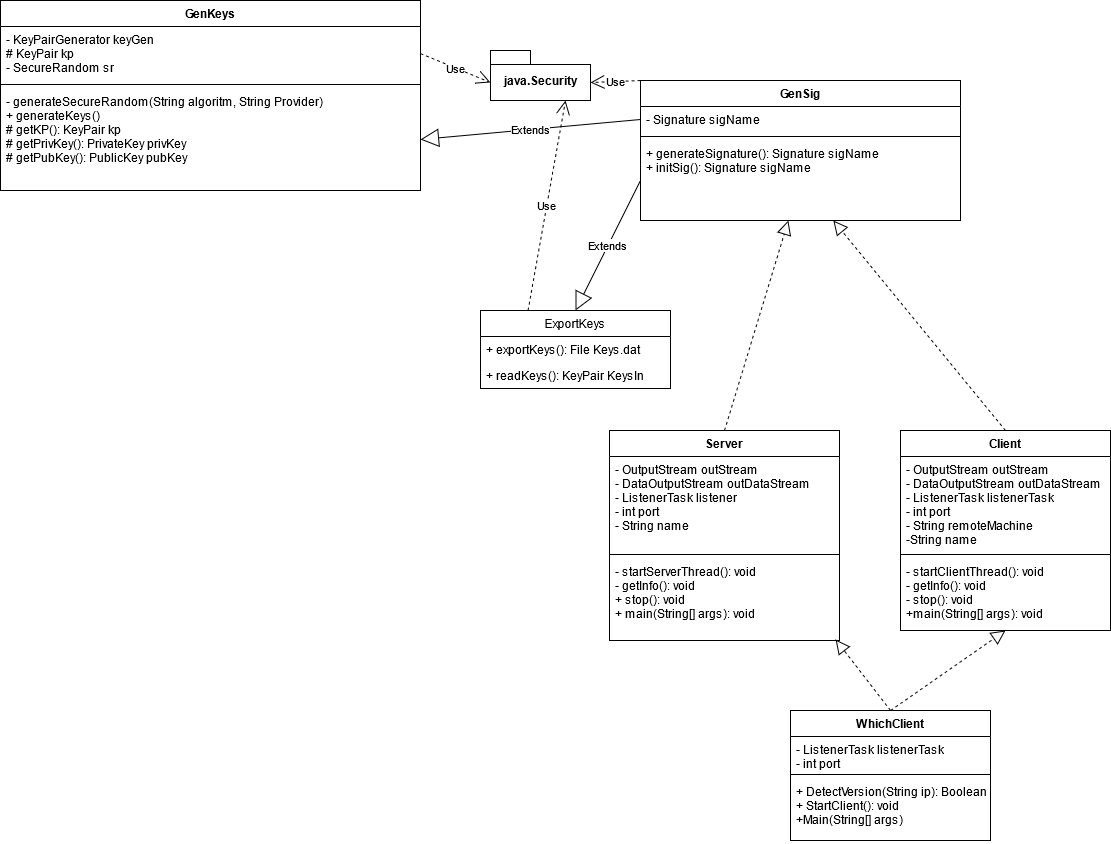
Above: Planning/UML-Rev4.png in Proff-Dev-Grp13-SMS/SecureMessagingService (draw.io), before the change. Source tidied: cells renumbered, new cells last; positions are measured from the earlier drawing's top-left corner, leaving out a move shared by most shapes. Source of this version:
```xml
<mxGraphModel>
  <root>
    <mxCell id="0" />
    <mxCell id="1" parent="0" />
    <mxCell id="2" value="GenKeys" style="swimlane;fontStyle=1;align=center;verticalAlign=top;horizontal=1;startSize=26;" parent="1" vertex="1">
      <mxGeometry width="420" height="190" as="geometry" />
    </mxCell>
    <mxCell id="3" value="- KeyPairGenerator keyGen&#10;# KeyPair kp&#10;- SecureRandom sr&#10;&#10;" style="text;strokeColor=none;fillColor=none;align=left;verticalAlign=top;spacingLeft=4;spacingRight=4;overflow=hidden;points=[[0,0.5],[1,0.5]];portConstraint=eastwest;fontStyle=0;" parent="2" vertex="1">
      <mxGeometry y="26" width="420" height="54" as="geometry" />
    </mxCell>
    <mxCell id="4" style="line;strokeWidth=1;fillColor=none;align=left;verticalAlign=middle;spacingTop=-1;spacingLeft=3;spacingRight=3;labelPosition=right;" parent="2" vertex="1">
      <mxGeometry y="80" width="420" height="8" as="geometry" />
    </mxCell>
    <mxCell id="5" value="- generateSecureRandom(String algoritm, String Provider)&#10;+ generateKeys()&#10;# getKP(): KeyPair kp&#10;# getPrivKey(): PrivateKey privKey&#10;# getPubKey(): PublicKey pubKey &#10;&#10;" style="text;strokeColor=none;fillColor=none;align=left;verticalAlign=top;spacingLeft=4;spacingRight=4;overflow=hidden;points=[[0,0.5],[1,0.5]];portConstraint=eastwest;" parent="2" vertex="1">
      <mxGeometry y="88" width="420" height="102" as="geometry" />
    </mxCell>
    <mxCell id="6" value="GenSig" style="swimlane;fontStyle=1;align=center;verticalAlign=top;horizontal=1;startSize=26;" parent="1" vertex="1">
      <mxGeometry x="640" y="80" width="320" height="140" as="geometry" />
    </mxCell>
    <mxCell id="7" value="- Signature sigName" style="text;strokeColor=none;fillColor=none;align=left;verticalAlign=top;spacingLeft=4;spacingRight=4;overflow=hidden;points=[[0,0.5],[1,0.5]];portConstraint=eastwest;" parent="6" vertex="1">
      <mxGeometry y="26" width="320" height="26" as="geometry" />
    </mxCell>
    <mxCell id="8" style="line;strokeWidth=1;fillColor=none;align=left;verticalAlign=middle;spacingTop=-1;spacingLeft=3;spacingRight=3;labelPosition=right;" parent="6" vertex="1">
      <mxGeometry y="52" width="320" height="8" as="geometry" />
    </mxCell>
    <mxCell id="9" value="+ generateSignature(): Signature sigName&#10;+ initSig(): Signature sigName&#10;" style="text;strokeColor=none;fillColor=none;align=left;verticalAlign=top;spacingLeft=4;spacingRight=4;overflow=hidden;points=[[0,0.5],[1,0.5]];portConstraint=eastwest;" parent="6" vertex="1">
      <mxGeometry y="60" width="320" height="80" as="geometry" />
    </mxCell>
    <mxCell id="10" value="Server" style="swimlane;fontStyle=1;align=center;verticalAlign=top;horizontal=1;startSize=26;" parent="1" vertex="1">
      <mxGeometry x="609" y="430" width="230" height="210" as="geometry" />
    </mxCell>
    <mxCell id="11" value="- OutputStream outStream&#10;- DataOutputStream outDataStream&#10;- ListenerTask listener&#10;- int port&#10;- String name&#10;&#10;&#10;" style="text;strokeColor=none;fillColor=none;align=left;verticalAlign=top;spacingLeft=4;spacingRight=4;overflow=hidden;" parent="10" vertex="1">
      <mxGeometry y="26" width="230" height="94" as="geometry" />
    </mxCell>
    <mxCell id="12" style="line;strokeWidth=1;fillColor=none;align=left;verticalAlign=middle;spacingTop=-1;spacingLeft=3;spacingRight=3;labelPosition=right;" parent="10" vertex="1">
      <mxGeometry y="120" width="230" height="8" as="geometry" />
    </mxCell>
    <mxCell id="13" value="- startServerThread(): void&#10;- getInfo(): void&#10;+ stop(): void&#10;+ main(String[] args): void&#10;" style="text;strokeColor=none;fillColor=none;align=left;verticalAlign=top;spacingLeft=4;spacingRight=4;overflow=hidden;points=[[0,0.5],[1,0.5]];portConstraint=eastwest;" parent="10" vertex="1">
      <mxGeometry y="128" width="230" height="82" as="geometry" />
    </mxCell>
    <mxCell id="14" value="Client" style="swimlane;fontStyle=1;align=center;verticalAlign=top;horizontal=1;startSize=26;" parent="1" vertex="1">
      <mxGeometry x="900" y="430" width="210" height="200" as="geometry" />
    </mxCell>
    <mxCell id="15" value="- OutputStream outStream&#10;- DataOutputStream outDataStream&#10;- ListenerTask listenerTask&#10;- int port&#10;- String remoteMachine&#10;-String name" style="text;strokeColor=none;fillColor=none;align=left;verticalAlign=top;spacingLeft=4;spacingRight=4;overflow=hidden;" parent="14" vertex="1">
      <mxGeometry y="26" width="210" height="94" as="geometry" />
    </mxCell>
    <mxCell id="16" style="line;strokeWidth=1;fillColor=none;align=left;verticalAlign=middle;spacingTop=-1;spacingLeft=3;spacingRight=3;labelPosition=right;" parent="14" vertex="1">
      <mxGeometry y="120" width="210" height="8" as="geometry" />
    </mxCell>
    <mxCell id="17" value="- startClientThread(): void&#10;- getInfo(): void&#10;- stop(): void&#10;+main(String[] args): void&#10;" style="text;strokeColor=none;fillColor=none;align=left;verticalAlign=top;spacingLeft=4;spacingRight=4;overflow=hidden;" parent="14" vertex="1">
      <mxGeometry y="128" width="210" height="72" as="geometry" />
    </mxCell>
    <mxCell id="18" value="java.Security" style="shape=folder;fontStyle=1;spacingTop=10;tabWidth=40;tabHeight=14;tabPosition=left;html=1;" parent="1" vertex="1">
      <mxGeometry x="490" y="50" width="100" height="50" as="geometry" />
    </mxCell>
    <mxCell id="19" value="Use" style="endArrow=open;endSize=12;dashed=1;html=1;entryX=0;entryY=0;entryDx=0;entryDy=32;entryPerimeter=0;exitX=1;exitY=0.5;exitDx=0;exitDy=0;" parent="1" edge="1" source="3" target="18">
      <mxGeometry relative="1" as="geometry" />
    </mxCell>
    <mxCell id="20" value="Use" style="endArrow=open;endSize=12;dashed=1;html=1;entryX=0;entryY=0;entryDx=100;entryDy=32;entryPerimeter=0;exitX=0;exitY=0;exitDx=0;exitDy=0;" parent="1" edge="1" source="6" target="18">
      <mxGeometry relative="1" as="geometry" />
    </mxCell>
    <mxCell id="21" style="endArrow=block;dashed=1;endFill=0;endSize=12;html=1;exitX=0.5;exitY=0;exitDx=0;exitDy=0;" parent="1" edge="1" source="14" target="9">
      <mxGeometry relative="1" as="geometry" />
    </mxCell>
    <mxCell id="22" style="endArrow=block;dashed=1;endFill=0;endSize=12;html=1;exitX=0.5;exitY=0;exitDx=0;exitDy=0;" parent="1" edge="1" source="10" target="9">
      <mxGeometry relative="1" as="geometry" />
    </mxCell>
    <mxCell id="23" style="endArrow=block;dashed=1;endFill=0;endSize=12;html=1;entryX=0.5;entryY=1;entryDx=0;entryDy=0;exitX=0.5;exitY=0;exitDx=0;exitDy=0;" parent="1" edge="1" source="25" target="14">
      <mxGeometry relative="1" as="geometry" />
    </mxCell>
    <mxCell id="24" style="endArrow=block;dashed=1;endFill=0;endSize=12;html=1;exitX=0.5;exitY=0;exitDx=0;exitDy=0;entryX=0.983;entryY=0.988;entryDx=0;entryDy=0;entryPerimeter=0;" parent="1" edge="1" source="25" target="13">
      <mxGeometry relative="1" as="geometry" />
    </mxCell>
    <mxCell id="25" value="WhichClient" style="swimlane;fontStyle=1;align=center;verticalAlign=top;horizontal=1;startSize=26;" parent="1" vertex="1">
      <mxGeometry x="790" y="710" width="200" height="130" as="geometry" />
    </mxCell>
    <mxCell id="26" value="- ListenerTask listenerTask&#10;- int port" style="text;strokeColor=none;fillColor=none;align=left;verticalAlign=top;spacingLeft=4;spacingRight=4;overflow=hidden;" parent="25" vertex="1">
      <mxGeometry y="26" width="200" height="34" as="geometry" />
    </mxCell>
    <mxCell id="27" style="line;strokeWidth=1;fillColor=none;align=left;verticalAlign=middle;spacingTop=-1;spacingLeft=3;spacingRight=3;labelPosition=right;" parent="25" vertex="1">
      <mxGeometry y="60" width="200" height="8" as="geometry" />
    </mxCell>
    <mxCell id="28" value="+ DetectVersion(String ip): Boolean&#10;+ StartClient(): void&#10;+Main(String[] args)&#10;&#10;" style="text;strokeColor=none;fillColor=none;align=left;verticalAlign=top;spacingLeft=4;spacingRight=4;overflow=hidden;" parent="25" vertex="1">
      <mxGeometry y="68" width="200" height="62" as="geometry" />
    </mxCell>
    <mxCell id="29" value="Extends" style="endArrow=block;endSize=16;endFill=0;html=1;exitX=0;exitY=0.5;exitDx=0;exitDy=0;entryX=1;entryY=0.5;entryDx=0;entryDy=0;" parent="1" edge="1" source="7" target="5">
      <mxGeometry relative="1" as="geometry" />
    </mxCell>
    <mxCell id="30" value="ExportKeys" style="swimlane;fontStyle=0;horizontal=1;startSize=26;fillColor=none;" parent="1" vertex="1">
      <mxGeometry x="480" y="310" width="190" height="78" as="geometry" />
    </mxCell>
    <mxCell id="31" value="+ exportKeys(): File Keys.dat" style="text;strokeColor=none;fillColor=none;align=left;verticalAlign=top;spacingLeft=4;spacingRight=4;overflow=hidden;" parent="30" vertex="1">
      <mxGeometry y="26" width="190" height="26" as="geometry" />
    </mxCell>
    <mxCell id="32" value="+ readKeys(): KeyPair KeysIn" style="text;strokeColor=none;fillColor=none;align=left;verticalAlign=top;spacingLeft=4;spacingRight=4;overflow=hidden;" parent="30" vertex="1">
      <mxGeometry y="52" width="190" height="26" as="geometry" />
    </mxCell>
    <mxCell id="33" value="Extends" style="endArrow=block;endSize=16;endFill=0;html=1;exitX=0;exitY=0.5;exitDx=0;exitDy=0;entryX=0.5;entryY=0;entryDx=0;entryDy=0;" parent="1" edge="1" source="9" target="30">
      <mxGeometry relative="1" as="geometry" />
    </mxCell>
    <mxCell id="34" value="Use" style="endArrow=open;endSize=12;dashed=1;html=1;exitX=0.25;exitY=0;exitDx=0;exitDy=0;entryX=0.75;entryY=1;entryDx=0;entryDy=0;entryPerimeter=0;" parent="1" edge="1" source="30" target="18">
      <mxGeometry relative="1" as="geometry" />
    </mxCell>
  </root>
</mxGraphModel>
```
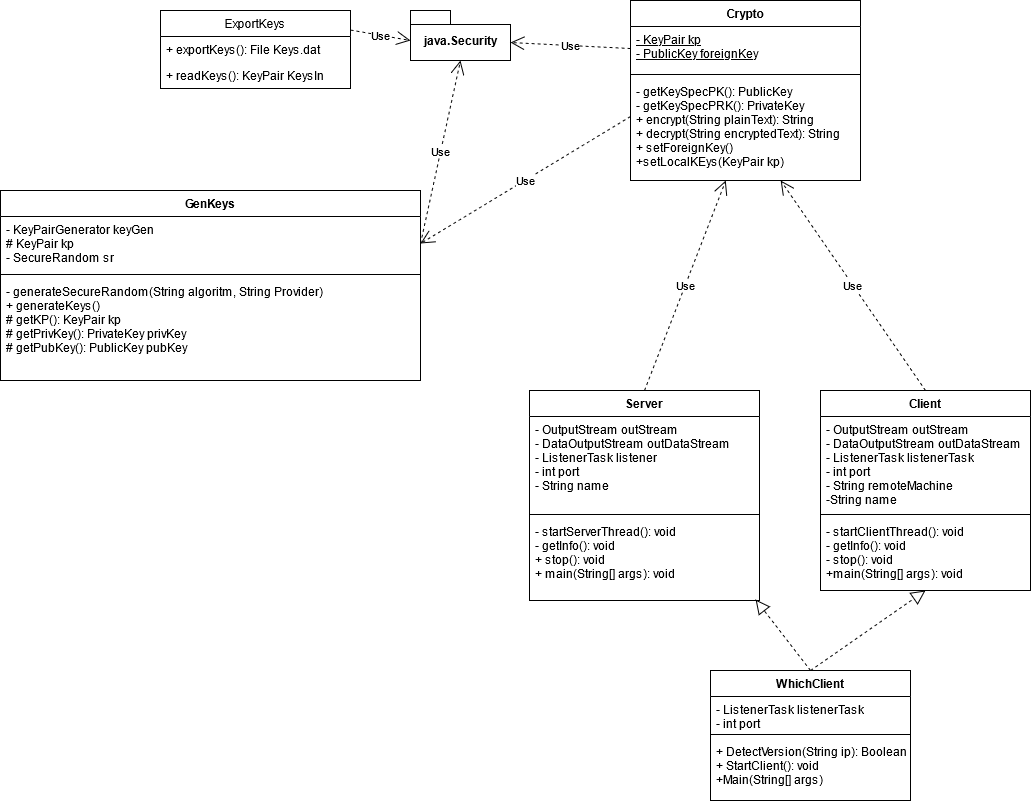
After the commit.

What changed in the source:
```diff
@@ -3,7 +3,7 @@
     <mxCell id="0" />
     <mxCell id="1" parent="0" />
     <mxCell id="2" value="GenKeys" style="swimlane;fontStyle=1;align=center;verticalAlign=top;horizontal=1;startSize=26;" parent="1" vertex="1">
-      <mxGeometry width="420" height="190" as="geometry" />
+      <mxGeometry x="80" y="230" width="420" height="190" as="geometry" />
     </mxCell>
     <mxCell id="3" value="- KeyPairGenerator keyGen&#10;# KeyPair kp&#10;- SecureRandom sr&#10;&#10;" style="text;strokeColor=none;fillColor=none;align=left;verticalAlign=top;spacingLeft=4;spacingRight=4;overflow=hidden;points=[[0,0.5],[1,0.5]];portConstraint=eastwest;fontStyle=0;" parent="2" vertex="1">
       <mxGeometry y="26" width="420" height="54" as="geometry" />
@@ -14,18 +14,6 @@
     <mxCell id="5" value="- generateSecureRandom(String algoritm, String Provider)&#10;+ generateKeys()&#10;# getKP(): KeyPair kp&#10;# getPrivKey(): PrivateKey privKey&#10;# getPubKey(): PublicKey pubKey &#10;&#10;" style="text;strokeColor=none;fillColor=none;align=left;verticalAlign=top;spacingLeft=4;spacingRight=4;overflow=hidden;points=[[0,0.5],[1,0.5]];portConstraint=eastwest;" parent="2" vertex="1">
       <mxGeometry y="88" width="420" height="102" as="geometry" />
     </mxCell>
-    <mxCell id="6" value="GenSig" style="swimlane;fontStyle=1;align=center;verticalAlign=top;horizontal=1;startSize=26;" parent="1" vertex="1">
-      <mxGeometry x="640" y="80" width="320" height="140" as="geometry" />
-    </mxCell>
-    <mxCell id="7" value="- Signature sigName" style="text;strokeColor=none;fillColor=none;align=left;verticalAlign=top;spacingLeft=4;spacingRight=4;overflow=hidden;points=[[0,0.5],[1,0.5]];portConstraint=eastwest;" parent="6" vertex="1">
-      <mxGeometry y="26" width="320" height="26" as="geometry" />
-    </mxCell>
-    <mxCell id="8" style="line;strokeWidth=1;fillColor=none;align=left;verticalAlign=middle;spacingTop=-1;spacingLeft=3;spacingRight=3;labelPosition=right;" parent="6" vertex="1">
-      <mxGeometry y="52" width="320" height="8" as="geometry" />
-    </mxCell>
-    <mxCell id="9" value="+ generateSignature(): Signature sigName&#10;+ initSig(): Signature sigName&#10;" style="text;strokeColor=none;fillColor=none;align=left;verticalAlign=top;spacingLeft=4;spacingRight=4;overflow=hidden;points=[[0,0.5],[1,0.5]];portConstraint=eastwest;" parent="6" vertex="1">
-      <mxGeometry y="60" width="320" height="80" as="geometry" />
-    </mxCell>
     <mxCell id="10" value="Server" style="swimlane;fontStyle=1;align=center;verticalAlign=top;horizontal=1;startSize=26;" parent="1" vertex="1">
       <mxGeometry x="609" y="430" width="230" height="210" as="geometry" />
     </mxCell>
@@ -53,18 +41,12 @@
     <mxCell id="18" value="java.Security" style="shape=folder;fontStyle=1;spacingTop=10;tabWidth=40;tabHeight=14;tabPosition=left;html=1;" parent="1" vertex="1">
       <mxGeometry x="490" y="50" width="100" height="50" as="geometry" />
     </mxCell>
-    <mxCell id="19" value="Use" style="endArrow=open;endSize=12;dashed=1;html=1;entryX=0;entryY=0;entryDx=0;entryDy=32;entryPerimeter=0;exitX=1;exitY=0.5;exitDx=0;exitDy=0;" parent="1" edge="1" source="3" target="18">
+    <mxCell id="19" value="Use" style="endArrow=open;endSize=12;dashed=1;html=1;entryX=0.5;entryY=1;entryDx=0;entryDy=0;entryPerimeter=0;exitX=1;exitY=0.5;exitDx=0;exitDy=0;" parent="1" edge="1" source="3" target="18">
       <mxGeometry relative="1" as="geometry" />
     </mxCell>
-    <mxCell id="20" value="Use" style="endArrow=open;endSize=12;dashed=1;html=1;entryX=0;entryY=0;entryDx=100;entryDy=32;entryPerimeter=0;exitX=0;exitY=0;exitDx=0;exitDy=0;" parent="1" edge="1" source="6" target="18">
+    <mxCell id="20" value="Use" style="endArrow=open;endSize=12;dashed=1;html=1;entryX=0;entryY=0;entryDx=100;entryDy=32;entryPerimeter=0;exitX=0;exitY=0.5;exitDx=0;exitDy=0;" parent="1" edge="1" source="36" target="18">
       <mxGeometry relative="1" as="geometry" />
     </mxCell>
-    <mxCell id="21" style="endArrow=block;dashed=1;endFill=0;endSize=12;html=1;exitX=0.5;exitY=0;exitDx=0;exitDy=0;" parent="1" edge="1" source="14" target="9">
-      <mxGeometry relative="1" as="geometry" />
-    </mxCell>
-    <mxCell id="22" style="endArrow=block;dashed=1;endFill=0;endSize=12;html=1;exitX=0.5;exitY=0;exitDx=0;exitDy=0;" parent="1" edge="1" source="10" target="9">
-      <mxGeometry relative="1" as="geometry" />
-    </mxCell>
     <mxCell id="23" style="endArrow=block;dashed=1;endFill=0;endSize=12;html=1;entryX=0.5;entryY=1;entryDx=0;entryDy=0;exitX=0.5;exitY=0;exitDx=0;exitDy=0;" parent="1" edge="1" source="25" target="14">
       <mxGeometry relative="1" as="geometry" />
     </mxCell>
@@ -83,11 +65,8 @@
     <mxCell id="28" value="+ DetectVersion(String ip): Boolean&#10;+ StartClient(): void&#10;+Main(String[] args)&#10;&#10;" style="text;strokeColor=none;fillColor=none;align=left;verticalAlign=top;spacingLeft=4;spacingRight=4;overflow=hidden;" parent="25" vertex="1">
       <mxGeometry y="68" width="200" height="62" as="geometry" />
     </mxCell>
-    <mxCell id="29" value="Extends" style="endArrow=block;endSize=16;endFill=0;html=1;exitX=0;exitY=0.5;exitDx=0;exitDy=0;entryX=1;entryY=0.5;entryDx=0;entryDy=0;" parent="1" edge="1" source="7" target="5">
-      <mxGeometry relative="1" as="geometry" />
-    </mxCell>
     <mxCell id="30" value="ExportKeys" style="swimlane;fontStyle=0;horizontal=1;startSize=26;fillColor=none;" parent="1" vertex="1">
-      <mxGeometry x="480" y="310" width="190" height="78" as="geometry" />
+      <mxGeometry x="240" y="50" width="190" height="78" as="geometry" />
     </mxCell>
     <mxCell id="31" value="+ exportKeys(): File Keys.dat" style="text;strokeColor=none;fillColor=none;align=left;verticalAlign=top;spacingLeft=4;spacingRight=4;overflow=hidden;" parent="30" vertex="1">
       <mxGeometry y="26" width="190" height="26" as="geometry" />
@@ -95,11 +74,33 @@
     <mxCell id="32" value="+ readKeys(): KeyPair KeysIn" style="text;strokeColor=none;fillColor=none;align=left;verticalAlign=top;spacingLeft=4;spacingRight=4;overflow=hidden;" parent="30" vertex="1">
       <mxGeometry y="52" width="190" height="26" as="geometry" />
     </mxCell>
-    <mxCell id="33" value="Extends" style="endArrow=block;endSize=16;endFill=0;html=1;exitX=0;exitY=0.5;exitDx=0;exitDy=0;entryX=0.5;entryY=0;entryDx=0;entryDy=0;" parent="1" edge="1" source="9" target="30">
-      <mxGeometry relative="1" as="geometry" />
-    </mxCell>
-    <mxCell id="34" value="Use" style="endArrow=open;endSize=12;dashed=1;html=1;exitX=0.25;exitY=0;exitDx=0;exitDy=0;entryX=0.75;entryY=1;entryDx=0;entryDy=0;entryPerimeter=0;" parent="1" edge="1" source="30" target="18">
-      <mxGeometry relative="1" as="geometry" />
+    <mxCell id="34" value="Use" style="endArrow=open;endSize=12;dashed=1;html=1;exitX=1;exitY=0.25;exitDx=0;exitDy=0;" parent="1" edge="1" source="30">
+      <mxGeometry relative="1" as="geometry">
+        <mxPoint x="490" y="80" as="targetPoint" />
+      </mxGeometry>
     </mxCell>
+    <mxCell id="35" value="Crypto" style="swimlane;fontStyle=1;align=center;verticalAlign=top;horizontal=1;startSize=26;" parent="1" vertex="1">
+      <mxGeometry x="710" y="40" width="230" height="180" as="geometry" />
+    </mxCell>
+    <mxCell id="36" value="- KeyPair kp&#10;- PublicKey foreignKey&#10;" style="text;strokeColor=none;fillColor=none;align=left;verticalAlign=top;spacingLeft=4;spacingRight=4;overflow=hidden;points=[[0,0.5],[1,0.5]];portConstraint=eastwest;fontStyle=4;" parent="35" vertex="1">
+      <mxGeometry y="26" width="230" height="44" as="geometry" />
+    </mxCell>
+    <mxCell id="37" style="line;strokeWidth=1;fillColor=none;align=left;verticalAlign=middle;spacingTop=-1;spacingLeft=3;spacingRight=3;labelPosition=right;" parent="35" vertex="1">
+      <mxGeometry y="70" width="230" height="8" as="geometry" />
+    </mxCell>
+    <mxCell id="38" value="- getKeySpecPK(): PublicKey&#10;- getKeySpecPRK(): PrivateKey&#10;+ encrypt(String plainText): String&#10;+ decrypt(String encryptedText): String&#10;+ setForeignKey()&#10;+setLocalKEys(KeyPair kp)&#10;" style="text;strokeColor=none;fillColor=none;align=left;verticalAlign=top;spacingLeft=4;spacingRight=4;overflow=hidden;points=[[0,0.5],[1,0.5]];portConstraint=eastwest;" parent="35" vertex="1">
+      <mxGeometry y="78" width="230" height="102" as="geometry" />
+    </mxCell>
+    <mxCell id="39" value="Use" style="endArrow=open;endSize=12;dashed=1;html=1;entryX=1;entryY=0.5;entryDx=0;entryDy=0;exitX=0;exitY=0.5;exitDx=0;exitDy=0;" parent="1" edge="1" target="3">
+      <mxGeometry relative="1" as="geometry">
+        <mxPoint x="710" y="156" as="sourcePoint" />
+      </mxGeometry>
+    </mxCell>
+    <mxCell id="40" value="Use" style="endArrow=open;endSize=12;dashed=1;html=1;exitX=0.5;exitY=0;exitDx=0;exitDy=0;" parent="1" edge="1" source="10" target="38">
+      <mxGeometry relative="1" as="geometry" />
+    </mxCell>
+    <mxCell id="41" value="Use" style="endArrow=open;endSize=12;dashed=1;html=1;exitX=0.5;exitY=0;exitDx=0;exitDy=0;" parent="1" edge="1" source="14" target="38">
+      <mxGeometry relative="1" as="geometry" />
+    </mxCell>
   </root>
 </mxGraphModel>
```
